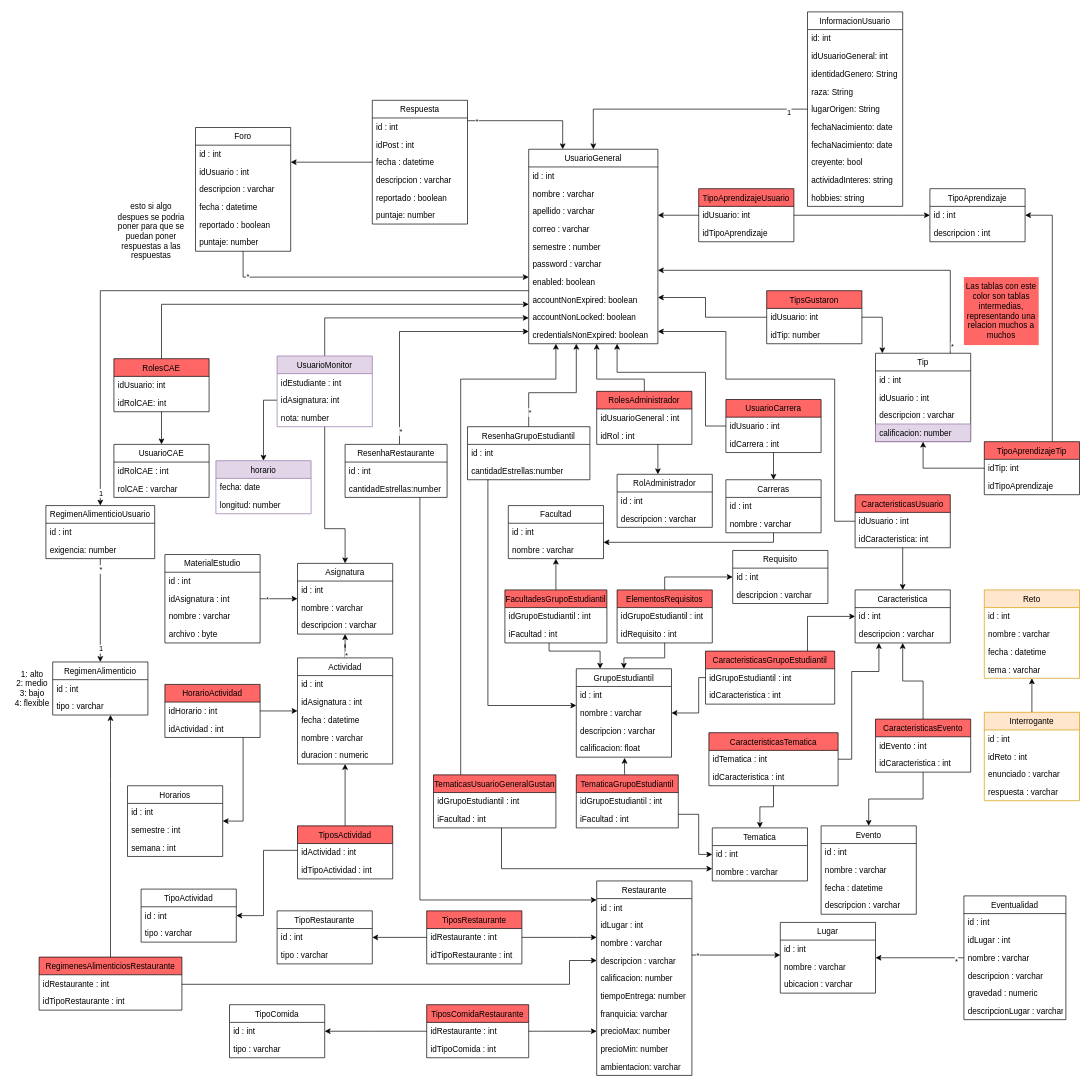
Before: diagramas/persistencia.drawio in Campus-Connect-PUJ/Campus-Connect-Back, a draw.io diagram. Source tidied: cells renumbered, new cells numbered last; positions are measured from the earlier drawing's top-left corner, leaving out a move shared by most shapes. Both pictures are drawn from the tidied source at 68%, with x=0, y=0 at pixel (12, 12).
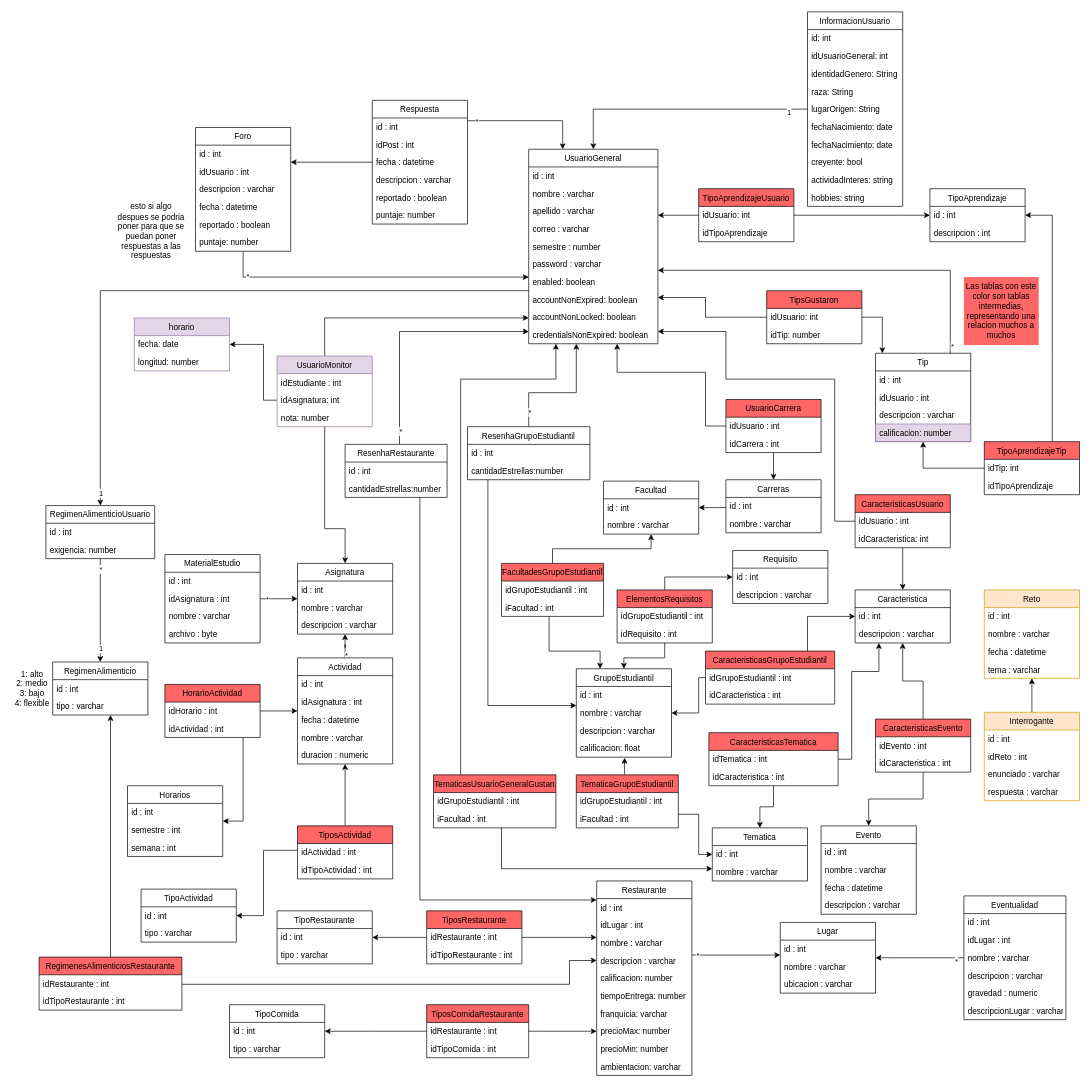
Above is the later version.

Commit message (it also covers changes not shown here):
Cambio rol a roles, eliminar UsuarioCAE y RolAdministrador

The change refers to these unchanged cells:
```xml
<mxCell id="2" value="UsuarioGeneral" style="swimlane;fontStyle=0;horizontal=1;startSize=26;fillColor=none;" parent="1" vertex="1">
  <mxGeometry x="760" y="202" width="190" height="286" as="geometry" />
</mxCell>
<mxCell id="27" value="Carreras" style="swimlane;fontStyle=0;horizontal=1;startSize=26;" parent="1" vertex="1">
  <mxGeometry x="1050" y="688" width="140" height="78" as="geometry" />
</mxCell>
<mxCell id="42" value="UsuarioMonitor" style="swimlane;fontStyle=0;horizontal=1;startSize=26;fillColor=#e1d5e7;strokeColor=#9673a6;" parent="1" vertex="1">
  <mxGeometry x="390" y="506" width="140" height="104" as="geometry" />
</mxCell>
```

The edit, as a diff of the source:
```diff
@@
-    <mxCell id="13" style="edgeStyle=orthogonalEdgeStyle;rounded=0;jettySize=auto;html=1;exitX=0.5;exitY=0;exitDx=0;exitDy=0;" parent="1" edge="1" source="15" target="2">
-      <mxGeometry relative="1" as="geometry">
-        <Array as="points">
-          <mxPoint x="930" y="540" />
-          <mxPoint x="860" y="540" />
-        </Array>
-      </mxGeometry>
-    </mxCell>
-    <mxCell id="14" style="edgeStyle=orthogonalEdgeStyle;rounded=0;jettySize=auto;html=1;" parent="1" edge="1" source="15" target="18">
-      <mxGeometry relative="1" as="geometry">
-        <Array as="points">
-          <mxPoint x="950" y="660" />
-          <mxPoint x="950" y="660" />
-        </Array>
-      </mxGeometry>
-    </mxCell>
-    <mxCell id="15" value="RolesAdministrador" style="swimlane;fontStyle=0;horizontal=1;startSize=26;fillColor=#FF6666;" parent="1" vertex="1">
-      <mxGeometry x="860" y="558" width="140" height="78" as="geometry" />
-    </mxCell>
-    <mxCell id="16" value="idUsuarioGeneral : int" style="text;strokeColor=none;fillColor=none;align=left;verticalAlign=top;spacingLeft=4;spacingRight=4;overflow=hidden;" parent="15" vertex="1">
-      <mxGeometry y="26" width="140" height="26" as="geometry" />
-    </mxCell>
-    <mxCell id="17" value="idRol : int" style="text;strokeColor=none;fillColor=none;align=left;verticalAlign=top;spacingLeft=4;spacingRight=4;overflow=hidden;" parent="15" vertex="1">
-      <mxGeometry y="52" width="140" height="26" as="geometry" />
-    </mxCell>
-    <mxCell id="18" value="RolAdministrador" style="swimlane;fontStyle=0;horizontal=1;startSize=26;fillColor=none;" parent="1" vertex="1">
-      <mxGeometry x="890" y="680" width="140" height="78" as="geometry" />
-    </mxCell>
-    <mxCell id="19" value="id : int" style="text;strokeColor=none;fillColor=none;align=left;verticalAlign=top;spacingLeft=4;spacingRight=4;overflow=hidden;" parent="18" vertex="1">
-      <mxGeometry y="26" width="140" height="26" as="geometry" />
-    </mxCell>
-    <mxCell id="20" value="descripcion : varchar" style="text;strokeColor=none;fillColor=none;align=left;verticalAlign=top;spacingLeft=4;spacingRight=4;overflow=hidden;" parent="18" vertex="1">
-      <mxGeometry y="52" width="140" height="26" as="geometry" />
-    </mxCell>
@@
     <mxCell id="26" style="edgeStyle=orthogonalEdgeStyle;rounded=0;jettySize=auto;html=1;" parent="1" edge="1" source="27" target="239">
       <mxGeometry relative="1" as="geometry">
         <Array as="points">
-          <mxPoint x="1120" y="780" />
+          <mxPoint x="1030" y="729" />
+          <mxPoint x="1030" y="729" />
         </Array>
       </mxGeometry>
     </mxCell>
@@
-    <mxCell id="41" style="edgeStyle=orthogonalEdgeStyle;rounded=0;jettySize=auto;html=1;entryX=0.5;entryY=0;entryDx=0;entryDy=0;" parent="1" edge="1" source="42" target="284">
+    <mxCell id="41" style="edgeStyle=orthogonalEdgeStyle;rounded=0;jettySize=auto;html=1;" parent="1" edge="1" source="42" target="284">
       <mxGeometry relative="1" as="geometry">
         <Array as="points">
           <mxPoint x="370" y="571" />
+          <mxPoint x="370" y="489" />
         </Array>
       </mxGeometry>
     </mxCell>
@@
-    <mxCell id="46" value="UsuarioCAE" style="swimlane;fontStyle=0;horizontal=1;startSize=26;fillColor=none;" parent="1" vertex="1">
-      <mxGeometry x="150" y="636" width="140" height="78" as="geometry" />
-    </mxCell>
-    <mxCell id="47" value="idRolCAE : int" style="text;strokeColor=none;fillColor=none;align=left;verticalAlign=top;spacingLeft=4;spacingRight=4;overflow=hidden;" parent="46" vertex="1">
-      <mxGeometry y="26" width="140" height="26" as="geometry" />
-    </mxCell>
-    <mxCell id="48" value="rolCAE : varchar" style="text;strokeColor=none;fillColor=none;align=left;verticalAlign=top;spacingLeft=4;spacingRight=4;overflow=hidden;" parent="46" vertex="1">
-      <mxGeometry y="52" width="140" height="26" as="geometry" />
-    </mxCell>
@@
-    <mxCell id="208" style="edgeStyle=orthogonalEdgeStyle;rounded=0;jettySize=auto;html=1;" parent="1" edge="1" source="210" target="2">
-      <mxGeometry relative="1" as="geometry">
-        <Array as="points">
-          <mxPoint x="220" y="430" />
-        </Array>
-      </mxGeometry>
-    </mxCell>
-    <mxCell id="209" style="edgeStyle=orthogonalEdgeStyle;rounded=0;jettySize=auto;html=1;" parent="1" edge="1" source="210" target="46">
-      <mxGeometry relative="1" as="geometry">
-        <Array as="points">
-          <mxPoint x="270" y="549" />
-          <mxPoint x="270" y="675" />
-        </Array>
-      </mxGeometry>
-    </mxCell>
-    <mxCell id="210" value="RolesCAE" style="swimlane;fontStyle=0;horizontal=1;startSize=26;fillColor=#FF6666;" parent="1" vertex="1">
-      <mxGeometry x="150" y="510" width="140" height="78" as="geometry" />
-    </mxCell>
-    <mxCell id="211" value="idUsuario: int" style="text;strokeColor=none;fillColor=none;align=left;verticalAlign=top;spacingLeft=4;spacingRight=4;overflow=hidden;" parent="210" vertex="1">
-      <mxGeometry y="26" width="140" height="26" as="geometry" />
-    </mxCell>
-    <mxCell id="212" value="idRolCAE: int" style="text;strokeColor=none;fillColor=none;align=left;verticalAlign=top;spacingLeft=4;spacingRight=4;overflow=hidden;" parent="210" vertex="1">
-      <mxGeometry y="52" width="140" height="26" as="geometry" />
-    </mxCell>
@@
     <mxCell id="239" value="Facultad" style="swimlane;fontStyle=0;horizontal=1;startSize=26;" parent="1" vertex="1">
-      <mxGeometry x="730" y="726" width="140" height="78" as="geometry" />
+      <mxGeometry x="870" y="690" width="140" height="78" as="geometry" />
     </mxCell>
@@
     <mxCell id="244" value="FacultadesGrupoEstudiantil" style="swimlane;fontStyle=0;horizontal=1;startSize=26;fillColor=#FF6666;" parent="1" vertex="1">
-      <mxGeometry x="725" y="850" width="150" height="78" as="geometry" />
+      <mxGeometry x="720" y="811" width="150" height="78" as="geometry" />
     </mxCell>
@@
     <mxCell id="284" value="horario" style="swimlane;fontStyle=0;horizontal=1;startSize=26;fillColor=#e1d5e7;strokeColor=#9673a6;" parent="1" vertex="1">
-      <mxGeometry x="300" y="660" width="140" height="78" as="geometry" />
+      <mxGeometry x="180" y="450" width="140" height="78" as="geometry" />
     </mxCell>
```
